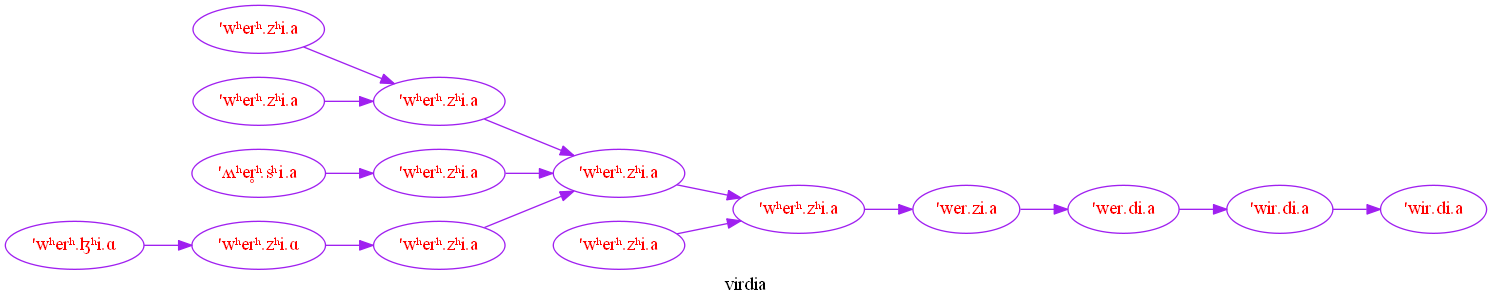
The Graphviz diagram graphe.png in MathieuDehouck/Language_Evolution, before a commit. Its source is kept beside it as graphe.dot.
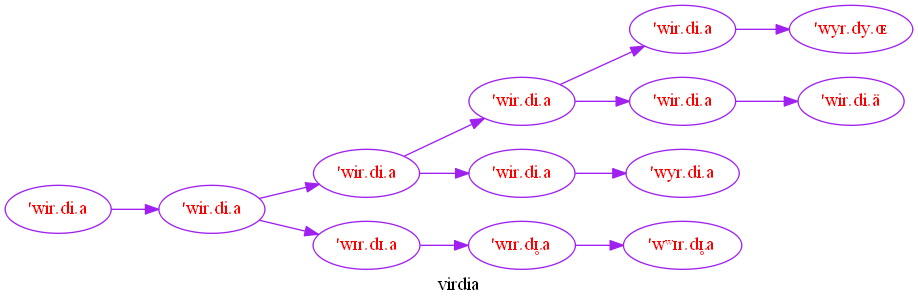
Above is the later version.

The edit, as a diff of the source:
```diff
@@ -3,33 +3,29 @@
 graph[rankdir="LR"];
 node [style="filled", fillcolor = "white"];
 edge [style="solid", color="purple"];
-0 [label="'wʰerʰ.zʰi.a", fillcolor= white, color="purple",  fontcolor="red"];
-1 [label="'wer.zi.a", fillcolor= white, color="purple",  fontcolor="red"];
-2 [label="'wer.di.a", fillcolor= white, color="purple",  fontcolor="red"];
+0 [label="'wir.di.a", fillcolor= white, color="purple",  fontcolor="red"];
+1 [label="'wir.di.a", fillcolor= white, color="purple",  fontcolor="red"];
+2 [label="'wir.di.a", fillcolor= white, color="purple",  fontcolor="red"];
 3 [label="'wir.di.a", fillcolor= white, color="purple",  fontcolor="red"];
-4 [label="'wʰerʰ.zʰi.a", fillcolor= white, color="purple",  fontcolor="red"];
-5 [label="'wʰerʰ.zʰi.a", fillcolor= white, color="purple",  fontcolor="red"];
-6 [label="'wir.di.a", fillcolor= white, color="purple",  fontcolor="red"];
-7 [label="'ʍʰer̥ʰ.sʰi.a", fillcolor= white, color="purple",  fontcolor="red"];
-8 [label="'wʰerʰ.zʰi.a", fillcolor= white, color="purple",  fontcolor="red"];
-9 [label="'wʰerʰ.zʰi.a", fillcolor= white, color="purple",  fontcolor="red"];
-10 [label="'wʰerʰ.zʰi.a", fillcolor= white, color="purple",  fontcolor="red"];
-11 [label="'wʰerʰ.ɮʰi.ɑ", fillcolor= white, color="purple",  fontcolor="red"];
-12 [label="'wʰerʰ.zʰi.ɑ", fillcolor= white, color="purple",  fontcolor="red"];
-13 [label="'wʰerʰ.zʰi.a", fillcolor= white, color="purple",  fontcolor="red"];
-14 [label="'wʰerʰ.zʰi.a", fillcolor= white, color="purple",  fontcolor="red"];
+4 [label="'wyr.dy.ɶ", fillcolor= white, color="purple",  fontcolor="red"];
+5 [label="'wir.di.a", fillcolor= white, color="purple",  fontcolor="red"];
+6 [label="'wir.di.ä", fillcolor= white, color="purple",  fontcolor="red"];
+7 [label="'wir.di.a", fillcolor= white, color="purple",  fontcolor="red"];
+8 [label="'wyr.di.a", fillcolor= white, color="purple",  fontcolor="red"];
+9 [label="'wir.di.a", fillcolor= white, color="purple",  fontcolor="red"];
+10 [label="'wʷɪr.dɪ̥.a", fillcolor= white, color="purple",  fontcolor="red"];
+11 [label="'wɪr.dɪ̥.a", fillcolor= white, color="purple",  fontcolor="red"];
+12 [label="'wɪr.dɪ.a", fillcolor= white, color="purple",  fontcolor="red"];
+3 -> 0;
 0 -> 1;
 1 -> 2;
-2 -> 3;
-3 -> 6;
-4 -> 0;
 5 -> 4;
-7 -> 8;
-8 -> 4;
-9 -> 5;
-10 -> 5;
-11 -> 12;
-12 -> 13;
-13 -> 4;
-14 -> 0;
+2 -> 5;
+7 -> 6;
+2 -> 7;
+9 -> 8;
+1 -> 9;
+11 -> 10;
+12 -> 11;
+0 -> 12;
 }
```
